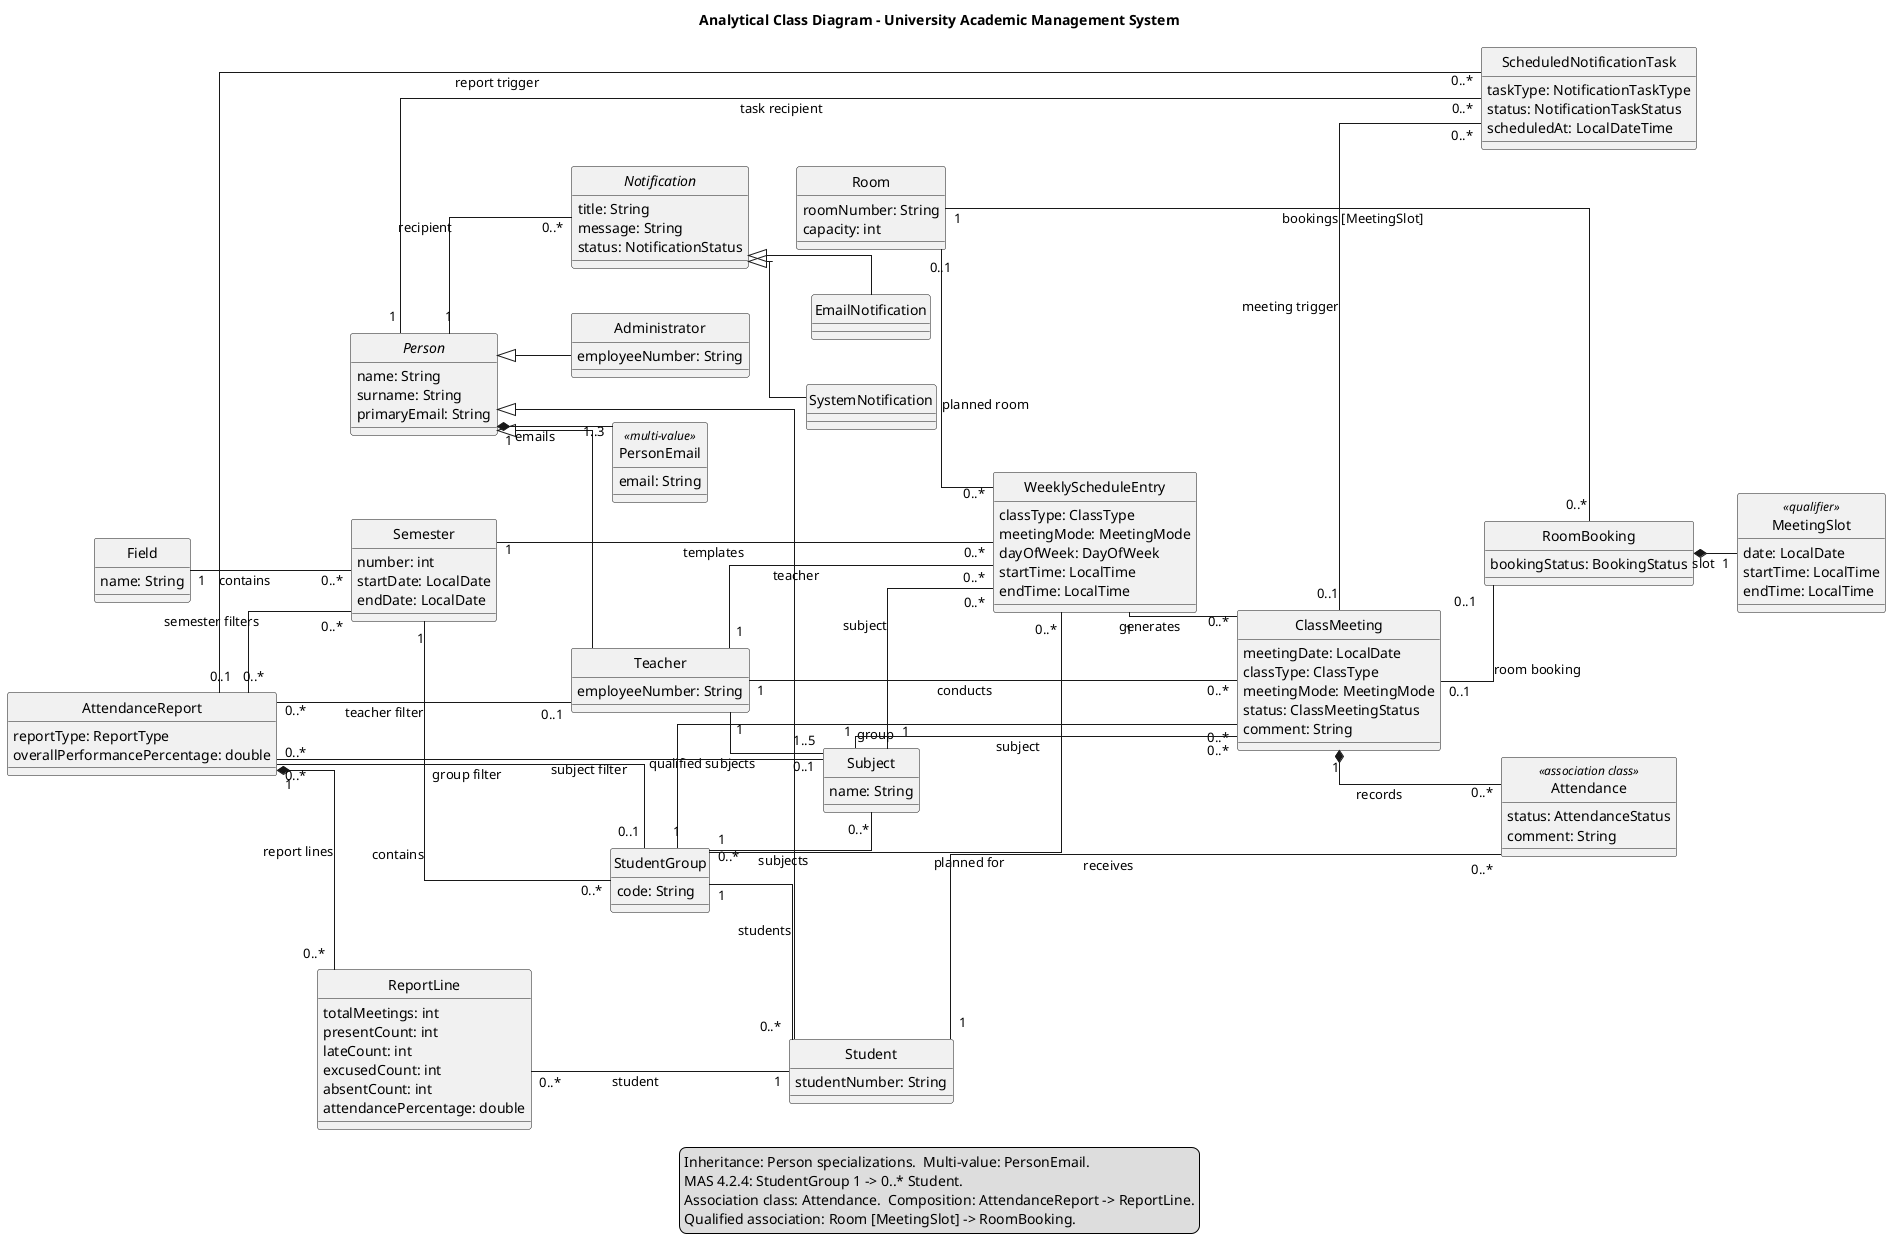
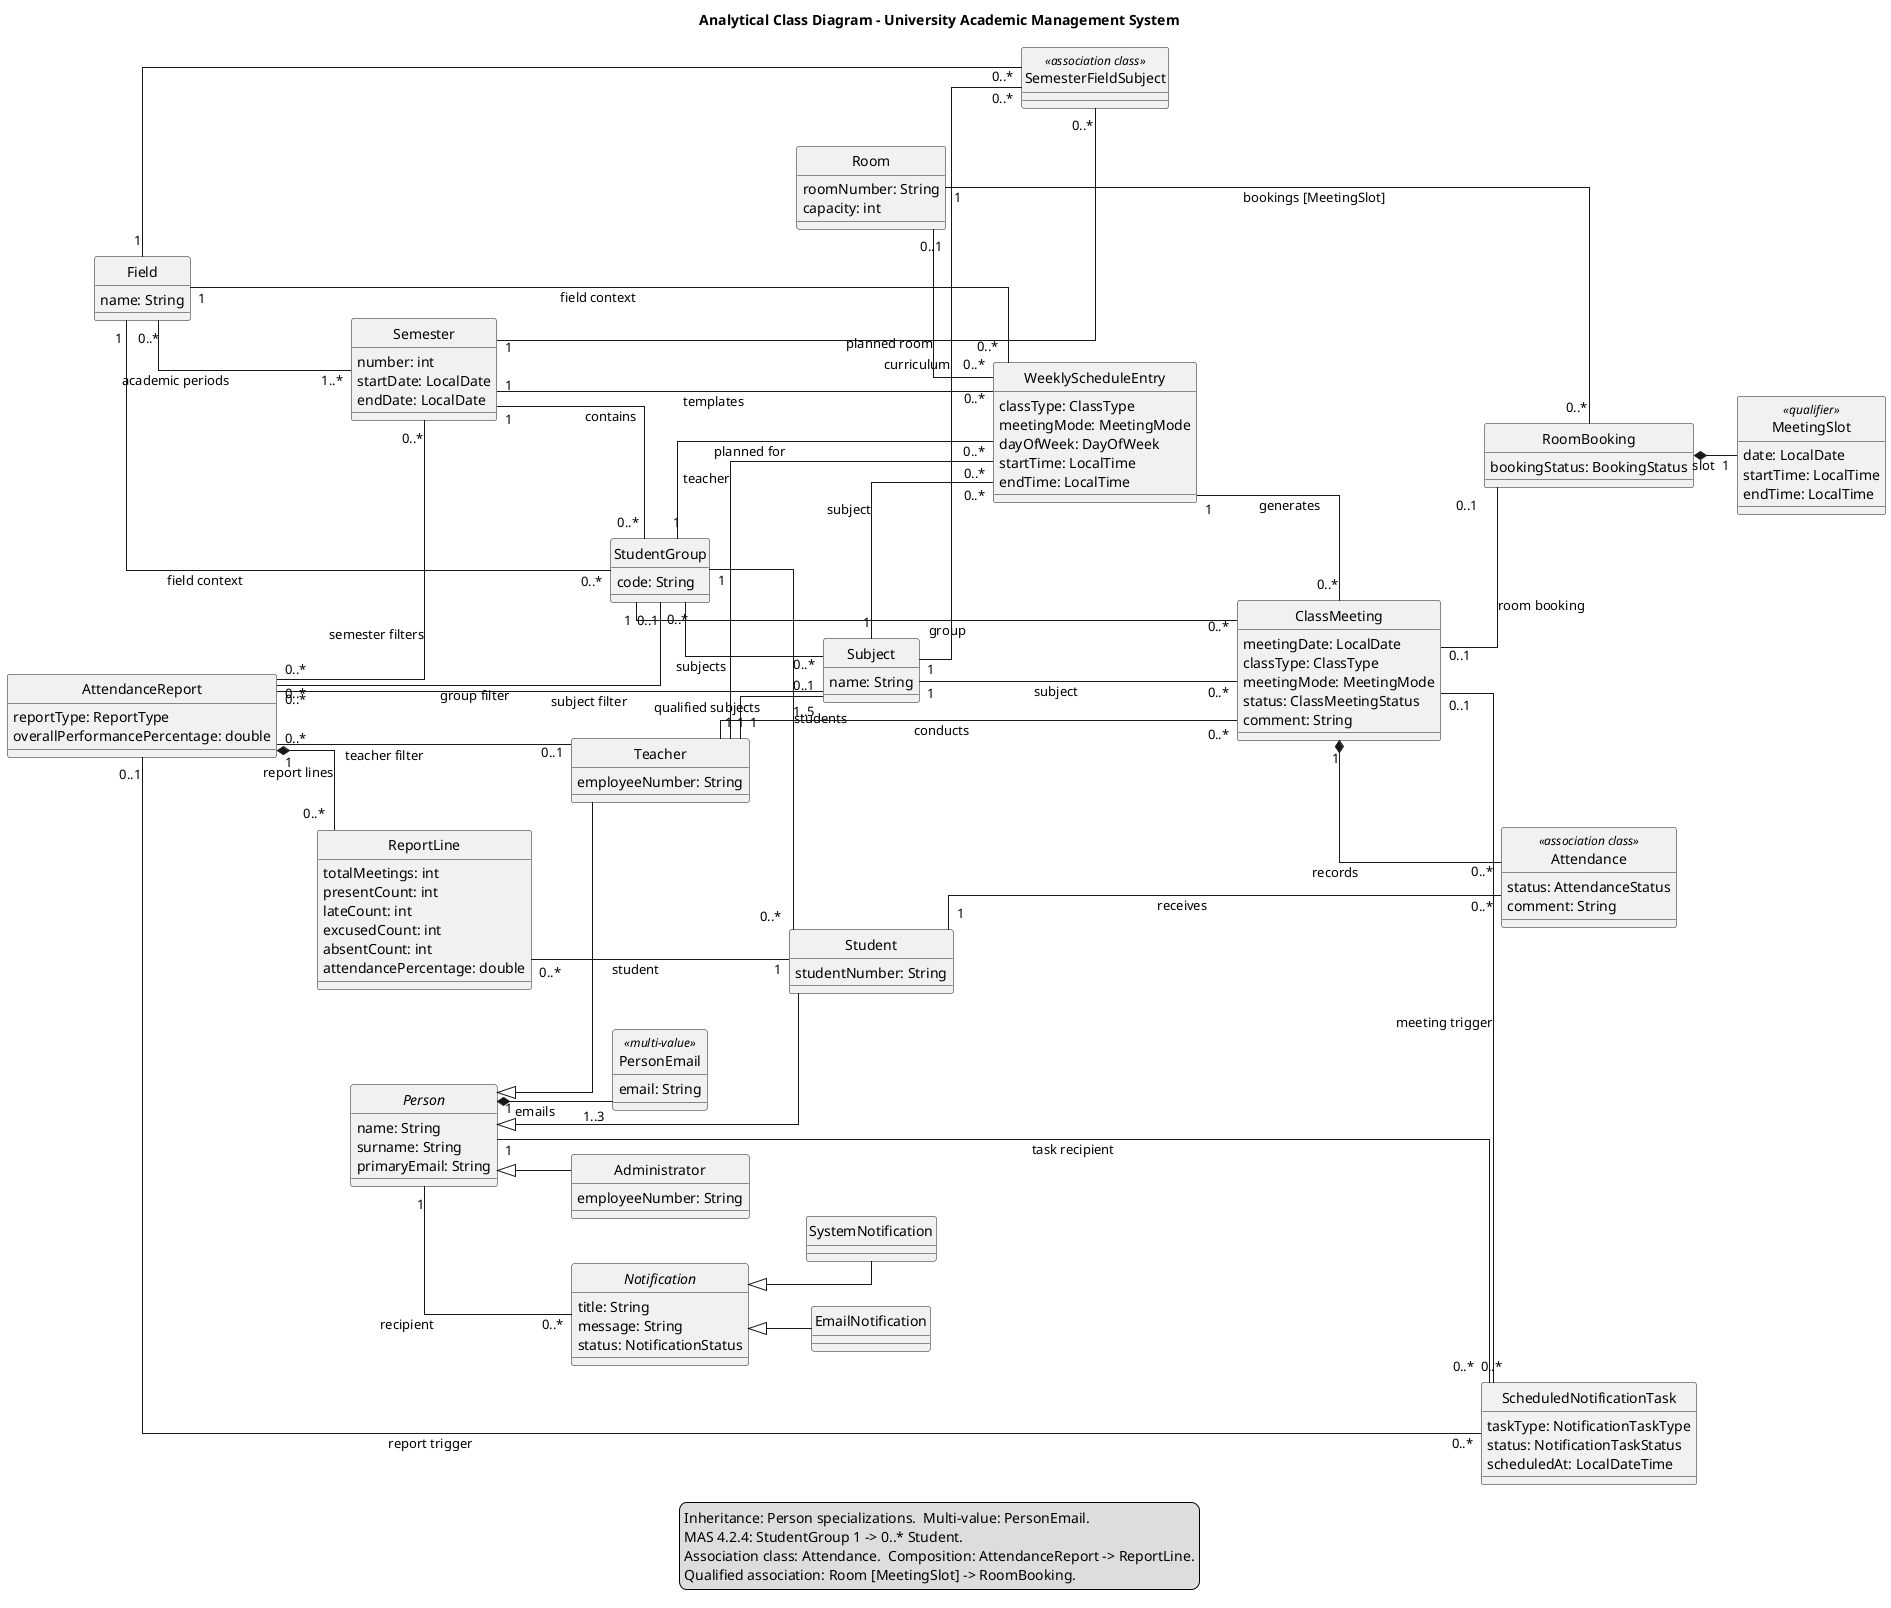
@startuml
title Analytical Class Diagram - University Academic Management System

left to right direction
skinparam classAttributeIconSize 0
skinparam linetype ortho
skinparam nodesep 45
skinparam ranksep 40
hide circle

abstract class Person {
  name: String
  surname: String
  primaryEmail: String
}

class PersonEmail <<multi-value>> {
  email: String
}

class Student {
  studentNumber: String
}

class Teacher {
  employeeNumber: String
}

class Administrator {
  employeeNumber: String
}

class Field {
  name: String
}

class Semester {
  number: int
  startDate: LocalDate
  endDate: LocalDate
}

class StudentGroup {
  code: String
}

class Subject {
  name: String
}

class WeeklyScheduleEntry {
  classType: ClassType
  meetingMode: MeetingMode
  dayOfWeek: DayOfWeek
  startTime: LocalTime
  endTime: LocalTime
}

class ClassMeeting {
  meetingDate: LocalDate
  classType: ClassType
  meetingMode: MeetingMode
  status: ClassMeetingStatus
  comment: String
}

class Attendance <<association class>> {
  status: AttendanceStatus
  comment: String
}

class AttendanceReport {
  reportType: ReportType
  overallPerformancePercentage: double
}

class ReportLine {
  totalMeetings: int
  presentCount: int
  lateCount: int
  excusedCount: int
  absentCount: int
  attendancePercentage: double
}

class Room {
  roomNumber: String
  capacity: int
}

class MeetingSlot <<qualifier>> {
  date: LocalDate
  startTime: LocalTime
  endTime: LocalTime
}

class RoomBooking {
  bookingStatus: BookingStatus
}

abstract class Notification {
  title: String
  message: String
  status: NotificationStatus
}

class EmailNotification
class SystemNotification

class ScheduledNotificationTask {
  taskType: NotificationTaskType
  status: NotificationTaskStatus
  scheduledAt: LocalDateTime
}

Person <|-- Student
Person <|-- Teacher
Person <|-- Administrator
Person "1" *-- "1..3" PersonEmail : emails

- Field "1" -- "0..*" Semester : contains
+ class SemesterFieldSubject <<association class>>
+ Field "0..*" -- "1..*" Semester : academic periods
+ Semester "1" -- "0..*" SemesterFieldSubject
+ Field "1" -- "0..*" SemesterFieldSubject
+ Subject "1" -- "0..*" SemesterFieldSubject : curriculum
Semester "1" -- "0..*" StudentGroup : contains
+ Field "1" -- "0..*" StudentGroup : field context
StudentGroup "1" -- "0..*" Student : students
StudentGroup "0..*" -- "0..*" Subject : subjects
Teacher "1" -- "1..5" Subject : qualified subjects

Semester "1" -- "0..*" WeeklyScheduleEntry : templates
+ Field "1" -- "0..*" WeeklyScheduleEntry : field context
StudentGroup "1" -- "0..*" WeeklyScheduleEntry : planned for
Subject "1" -- "0..*" WeeklyScheduleEntry : subject
Teacher "1" -- "0..*" WeeklyScheduleEntry : teacher
WeeklyScheduleEntry "1" -- "0..*" ClassMeeting : generates

StudentGroup "1" -- "0..*" ClassMeeting : group
Subject "1" -- "0..*" ClassMeeting : subject
Teacher "1" -- "0..*" ClassMeeting : conducts
ClassMeeting "1" *-- "0..*" Attendance : records
Student "1" -- "0..*" Attendance : receives

AttendanceReport "1" *-- "0..*" ReportLine : report lines
ReportLine "0..*" -- "1" Student : student
AttendanceReport "0..*" -- "0..1" Teacher : teacher filter
AttendanceReport "0..*" -- "0..1" Subject : subject filter
AttendanceReport "0..*" -- "0..1" StudentGroup : group filter
AttendanceReport "0..*" -- "0..*" Semester : semester filters

Room "1" -- "0..*" RoomBooking : bookings [MeetingSlot]
RoomBooking *-- "1" MeetingSlot : slot
ClassMeeting "0..1" -- "0..1" RoomBooking : room booking
Room "0..1" -- "0..*" WeeklyScheduleEntry : planned room

Notification <|-- EmailNotification
Notification <|-- SystemNotification
Person "1" -- "0..*" Notification : recipient
Person "1" -- "0..*" ScheduledNotificationTask : task recipient
ClassMeeting "0..1" -- "0..*" ScheduledNotificationTask : meeting trigger
AttendanceReport "0..1" -- "0..*" ScheduledNotificationTask : report trigger

legend bottom
  Inheritance: Person specializations.  Multi-value: PersonEmail.
  MAS 4.2.4: StudentGroup 1 -> 0..* Student.
  Association class: Attendance.  Composition: AttendanceReport -> ReportLine.
  Qualified association: Room [MeetingSlot] -> RoomBooking.
endlegend

@enduml
